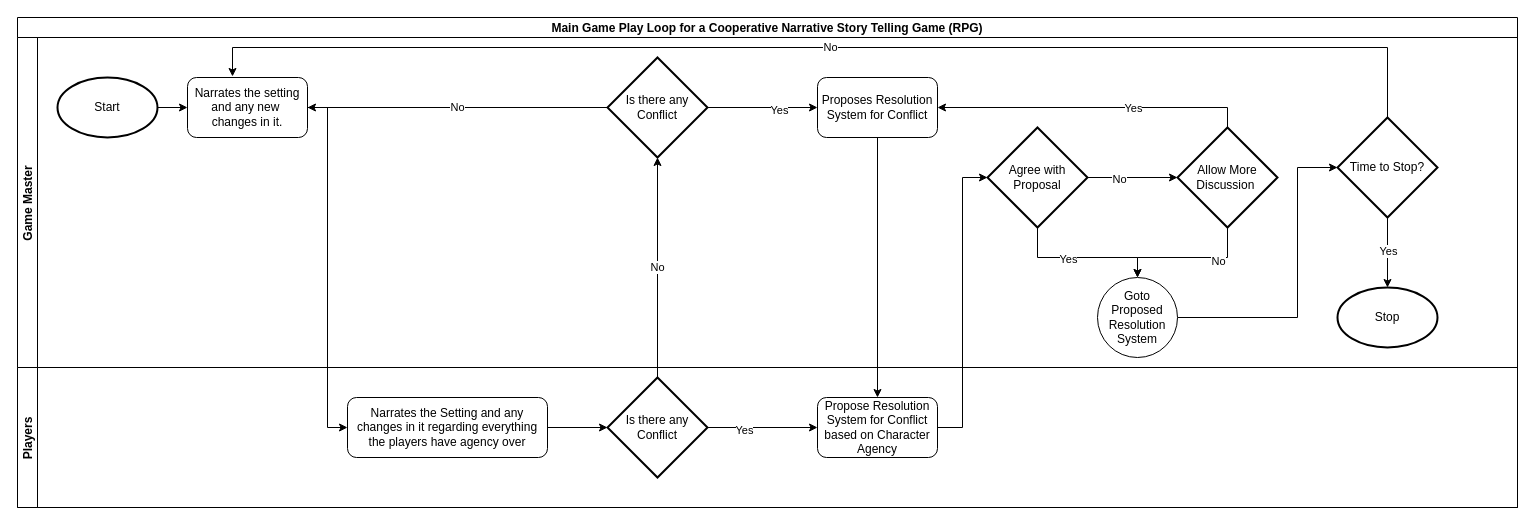
Earlier version of the draw.io diagram assets/diagrams/Main-Game-Play-Loop.drawio (TedTschopp/Fixing-Game-Night). Source tidied: cells renumbered, new cells numbered last; positions are measured from the earlier drawing's top-left corner, leaving out a move shared by most shapes. Both pictures are drawn from the tidied source at 100%, with x=0, y=0 at pixel (17, 17).
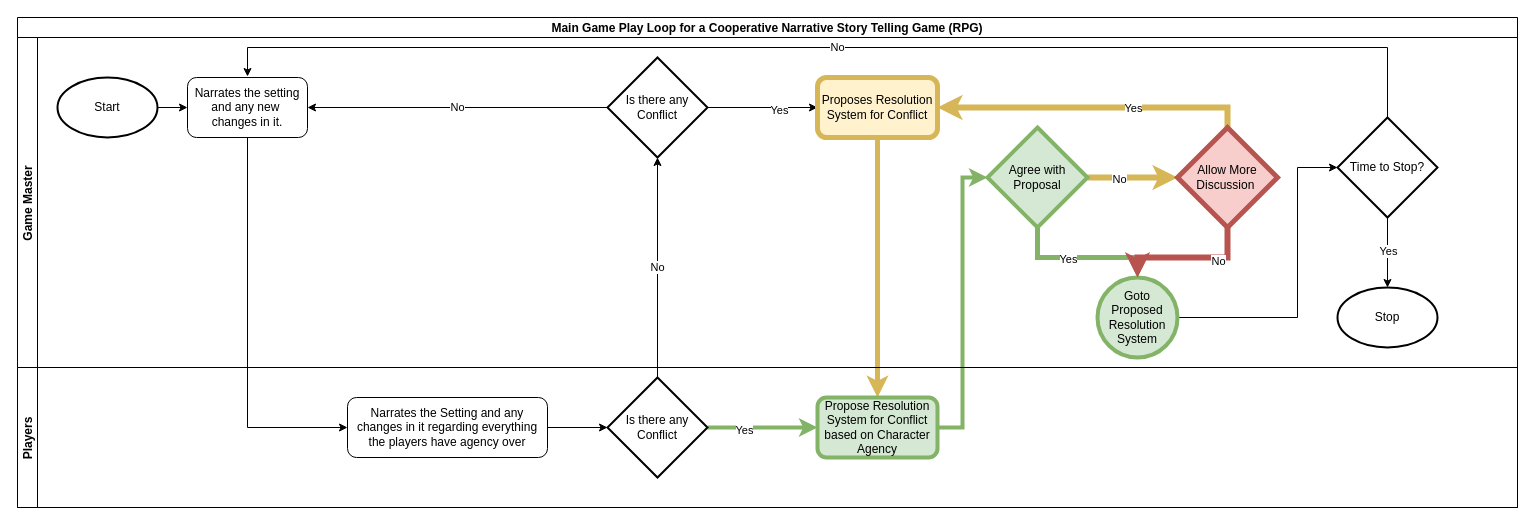
After the change.

The change refers to these unchanged cells:
```xml
<mxCell id="2" value="Main Game Play Loop for a Cooperative Narrative Story Telling Game (RPG)" style="swimlane;horizontal=1;startSize=20;" parent="1" vertex="1">
  <mxGeometry width="1500" height="490" as="geometry" />
</mxCell>
<mxCell id="7" value="Game Master" style="swimlane;startSize=20;horizontal=0;" parent="2" vertex="1">
  <mxGeometry y="20" width="1500" height="330" as="geometry" />
</mxCell>
<mxCell id="8" value="Narrates the setting and any new&amp;nbsp; changes in it." style="rounded=1;whiteSpace=wrap;html=1;" parent="7" vertex="1">
  <mxGeometry x="170" y="40" width="120" height="60" as="geometry" />
</mxCell>
<mxCell id="29" value="Time to Stop?" style="strokeWidth=2;html=1;shape=mxgraph.flowchart.decision;whiteSpace=wrap;" parent="7" vertex="1">
  <mxGeometry x="1320" y="80" width="100" height="100" as="geometry" />
</mxCell>
<mxCell id="33" value="Players" style="swimlane;startSize=20;horizontal=0;" parent="2" vertex="1">
  <mxGeometry y="350" width="1500" height="140" as="geometry" />
</mxCell>
<mxCell id="35" value="Narrates the Setting and any changes in it regarding everything the players have agency over" style="rounded=1;whiteSpace=wrap;html=1;" parent="33" vertex="1">
  <mxGeometry x="330" y="30" width="200" height="60" as="geometry" />
</mxCell>
<mxCell id="39" value="Is there any Conflict" style="strokeWidth=2;html=1;shape=mxgraph.flowchart.decision;whiteSpace=wrap;" parent="33" vertex="1">
  <mxGeometry x="590" y="10" width="100" height="100" as="geometry" />
</mxCell>
```

What changed in the source:
```diff
@@
-    <mxCell id="3" style="edgeStyle=orthogonalEdgeStyle;rounded=0;jettySize=auto;html=1;startArrow=none;startFill=0;" parent="2" edge="1" source="13" target="36">
+    <mxCell id="3" style="edgeStyle=orthogonalEdgeStyle;rounded=0;jettySize=auto;html=1;startArrow=none;startFill=0;fillColor=#fff2cc;strokeColor=#d6b656;strokeWidth=5;" parent="2" edge="1" source="13" target="36">
       <mxGeometry relative="1" as="geometry" />
     </mxCell>
@@
-    <mxCell id="5" style="edgeStyle=orthogonalEdgeStyle;rounded=0;jettySize=auto;html=1;entryX=0;entryY=0.5;entryDx=0;entryDy=0;startArrow=none;startFill=0;" parent="2" edge="1" source="8" target="35">
+    <mxCell id="5" style="edgeStyle=orthogonalEdgeStyle;rounded=0;jettySize=auto;html=1;entryX=0;entryY=0.5;entryDx=0;entryDy=0;startArrow=none;startFill=0;exitX=0.5;exitY=1;exitDx=0;exitDy=0;" parent="2" edge="1" source="8" target="35">
       <mxGeometry relative="1" as="geometry" />
     </mxCell>
-    <mxCell id="6" style="edgeStyle=orthogonalEdgeStyle;rounded=0;jettySize=auto;html=1;entryX=0;entryY=0.5;entryDx=0;entryDy=0;entryPerimeter=0;startArrow=none;startFill=0;" parent="2" edge="1" source="36" target="20">
+    <mxCell id="6" style="edgeStyle=orthogonalEdgeStyle;rounded=0;jettySize=auto;html=1;entryX=0;entryY=0.5;entryDx=0;entryDy=0;entryPerimeter=0;startArrow=none;startFill=0;strokeWidth=4;fillColor=#d5e8d4;strokeColor=#82b366;" parent="2" edge="1" source="36" target="20">
       <mxGeometry relative="1" as="geometry" />
     </mxCell>
@@
-    <mxCell id="11" style="edgeStyle=orthogonalEdgeStyle;rounded=0;jettySize=auto;html=1;startArrow=none;startFill=0;exitX=0.5;exitY=1;exitDx=0;exitDy=0;exitPerimeter=0;" parent="7" edge="1" source="20" target="15">
+    <mxCell id="11" style="edgeStyle=orthogonalEdgeStyle;rounded=0;jettySize=auto;html=1;startArrow=none;startFill=0;exitX=0.5;exitY=1;exitDx=0;exitDy=0;exitPerimeter=0;strokeWidth=5;fillColor=#d5e8d4;strokeColor=#82b366;" parent="7" edge="1" source="20" target="15">
       <mxGeometry relative="1" as="geometry">
         <Array as="points">
           <mxPoint x="1020" y="220" />
           <mxPoint x="1120" y="220" />
         </Array>
       </mxGeometry>
     </mxCell>
@@
-    <mxCell id="13" value="Proposes Resolution System for Conflict" style="rounded=1;whiteSpace=wrap;html=1;" parent="7" vertex="1">
+    <mxCell id="13" value="Proposes Resolution System for Conflict" style="rounded=1;whiteSpace=wrap;html=1;fillColor=#fff2cc;strokeColor=#d6b656;strokeWidth=5;" parent="7" vertex="1">
       <mxGeometry x="800" y="40" width="120" height="60" as="geometry" />
     </mxCell>
@@
-    <mxCell id="15" value="Goto Proposed Resolution System" style="ellipse;whiteSpace=wrap;html=1;" parent="7" vertex="1">
+    <mxCell id="15" value="Goto Proposed Resolution System" style="ellipse;whiteSpace=wrap;html=1;strokeWidth=4;fillColor=#d5e8d4;strokeColor=#82b366;" parent="7" vertex="1">
       <mxGeometry x="1080" y="240" width="80" height="80" as="geometry" />
     </mxCell>
@@
-    <mxCell id="18" style="edgeStyle=orthogonalEdgeStyle;rounded=0;jettySize=auto;html=1;entryX=0;entryY=0.5;entryDx=0;entryDy=0;entryPerimeter=0;startArrow=none;startFill=0;" parent="7" edge="1" source="20" target="25">
+    <mxCell id="18" style="edgeStyle=orthogonalEdgeStyle;rounded=0;jettySize=auto;html=1;entryX=0;entryY=0.5;entryDx=0;entryDy=0;entryPerimeter=0;startArrow=none;startFill=0;fillColor=#fff2cc;strokeColor=#d6b656;strokeWidth=6;" parent="7" edge="1" source="20" target="25">
       <mxGeometry relative="1" as="geometry" />
     </mxCell>
@@
-    <mxCell id="20" value="Agree with Proposal" style="strokeWidth=2;html=1;shape=mxgraph.flowchart.decision;whiteSpace=wrap;" parent="7" vertex="1">
+    <mxCell id="20" value="Agree with Proposal" style="strokeWidth=4;html=1;shape=mxgraph.flowchart.decision;whiteSpace=wrap;fillColor=#d5e8d4;strokeColor=#82b366;" parent="7" vertex="1">
       <mxGeometry x="970" y="90" width="100" height="100" as="geometry" />
     </mxCell>
-    <mxCell id="21" style="edgeStyle=orthogonalEdgeStyle;rounded=0;jettySize=auto;html=1;startArrow=none;startFill=0;exitX=0.5;exitY=1;exitDx=0;exitDy=0;exitPerimeter=0;" parent="7" edge="1" source="25" target="15">
+    <mxCell id="21" style="edgeStyle=orthogonalEdgeStyle;rounded=0;jettySize=auto;html=1;startArrow=none;startFill=0;exitX=0.5;exitY=1;exitDx=0;exitDy=0;exitPerimeter=0;fillColor=#f8cecc;strokeColor=#b85450;strokeWidth=6;" parent="7" edge="1" source="25" target="15">
       <mxGeometry relative="1" as="geometry">
         <Array as="points">
           <mxPoint x="1210" y="220" />
           <mxPoint x="1120" y="220" />
         </Array>
       </mxGeometry>
     </mxCell>
@@
-    <mxCell id="23" style="edgeStyle=orthogonalEdgeStyle;rounded=0;jettySize=auto;html=1;entryX=1;entryY=0.5;entryDx=0;entryDy=0;startArrow=none;startFill=0;exitX=0.5;exitY=0;exitDx=0;exitDy=0;exitPerimeter=0;" parent="7" edge="1" source="25" target="13">
+    <mxCell id="23" style="edgeStyle=orthogonalEdgeStyle;rounded=0;jettySize=auto;html=1;entryX=1;entryY=0.5;entryDx=0;entryDy=0;startArrow=none;startFill=0;exitX=0.5;exitY=0;exitDx=0;exitDy=0;exitPerimeter=0;fillColor=#fff2cc;strokeColor=#d6b656;strokeWidth=6;" parent="7" edge="1" source="25" target="13">
       <mxGeometry relative="1" as="geometry" />
     </mxCell>
@@
-    <mxCell id="25" value="Allow More Discussion&amp;nbsp;" style="strokeWidth=2;html=1;shape=mxgraph.flowchart.decision;whiteSpace=wrap;" parent="7" vertex="1">
+    <mxCell id="25" value="Allow More Discussion&amp;nbsp;" style="strokeWidth=5;html=1;shape=mxgraph.flowchart.decision;whiteSpace=wrap;fillColor=#f8cecc;strokeColor=#b85450;" parent="7" vertex="1">
       <mxGeometry x="1160" y="90" width="100" height="100" as="geometry" />
     </mxCell>
@@
-    <mxCell id="28" value="No" style="edgeStyle=orthogonalEdgeStyle;rounded=0;jettySize=auto;html=1;entryX=0.375;entryY=-0.017;entryDx=0;entryDy=0;entryPerimeter=0;startArrow=none;startFill=0;" parent="7" edge="1" source="29" target="8">
+    <mxCell id="28" value="No" style="edgeStyle=orthogonalEdgeStyle;rounded=0;jettySize=auto;html=1;startArrow=none;startFill=0;" parent="7" edge="1" source="29">
       <mxGeometry relative="1" as="geometry">
+        <mxPoint x="230" y="39" as="targetPoint" />
         <Array as="points">
           <mxPoint x="1370" y="10" />
-          <mxPoint x="215" y="10" />
+          <mxPoint x="230" y="10" />
         </Array>
       </mxGeometry>
     </mxCell>
@@
-    <mxCell id="36" value="Propose Resolution System for Conflict based on Character Agency" style="rounded=1;whiteSpace=wrap;html=1;" parent="33" vertex="1">
+    <mxCell id="36" value="Propose Resolution System for Conflict based on Character Agency" style="rounded=1;whiteSpace=wrap;html=1;strokeWidth=4;fillColor=#d5e8d4;strokeColor=#82b366;" parent="33" vertex="1">
       <mxGeometry x="800" y="30" width="120" height="60" as="geometry" />
     </mxCell>
-    <mxCell id="37" style="edgeStyle=orthogonalEdgeStyle;rounded=0;jettySize=auto;html=1;entryX=0;entryY=0.5;entryDx=0;entryDy=0;startArrow=none;startFill=0;" parent="33" edge="1" source="39" target="36">
+    <mxCell id="37" style="edgeStyle=orthogonalEdgeStyle;rounded=0;jettySize=auto;html=1;entryX=0;entryY=0.5;entryDx=0;entryDy=0;startArrow=none;startFill=0;strokeWidth=4;fillColor=#d5e8d4;strokeColor=#82b366;" parent="33" edge="1" source="39" target="36">
       <mxGeometry relative="1" as="geometry" />
     </mxCell>
```
